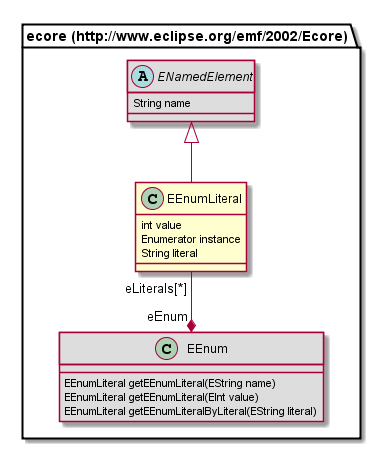
This is org.nasdanika.codegen.editor/doc/model/687474703a2f2f7777772e65636c697073652e6f72672f656d662f323030322f45636f7265/EEnumLiteral.png from Nasdanika/codegen, a PlantUML export, as it was before one commit.
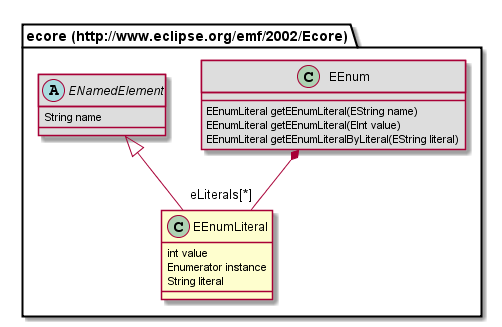
After the change.

Change to the diagram source:
```diff
@@ -1,17 +1,17 @@
 @startuml
-class "ecore (http://www.eclipse.org/emf/2002/Ecore).EEnumLiteral" {
+class "ecore (http://www.eclipse.org/emf/2002/Ecore).EEnumLiteral" [[EEnumLiteral.html]] {
 	int value
 	Enumerator instance
 	String literal
 }
-abstract class "ecore (http://www.eclipse.org/emf/2002/Ecore).ENamedElement" #DDDDDD {
-	String name
-}
-class "ecore (http://www.eclipse.org/emf/2002/Ecore).EEnum" #DDDDDD {
+class "ecore (http://www.eclipse.org/emf/2002/Ecore).EEnum" [[EEnum.html]] #DDDDDD {
 	EEnumLiteral getEEnumLiteral(EString name)
 	EEnumLiteral getEEnumLiteral(EInt value)
 	EEnumLiteral getEEnumLiteralByLiteral(EString literal)
 }
+abstract class "ecore (http://www.eclipse.org/emf/2002/Ecore).ENamedElement" [[ENamedElement.html]] #DDDDDD {
+	String name
+}
 "ecore (http://www.eclipse.org/emf/2002/Ecore).ENamedElement" <|-- "ecore (http://www.eclipse.org/emf/2002/Ecore).EEnumLiteral"
-"ecore (http://www.eclipse.org/emf/2002/Ecore).EEnumLiteral" "eLiterals[*]" --* "eEnum" "ecore (http://www.eclipse.org/emf/2002/Ecore).EEnum"
+"ecore (http://www.eclipse.org/emf/2002/Ecore).EEnum" *-- "eLiterals[*]" "ecore (http://www.eclipse.org/emf/2002/Ecore).EEnumLiteral"
 @enduml
```
